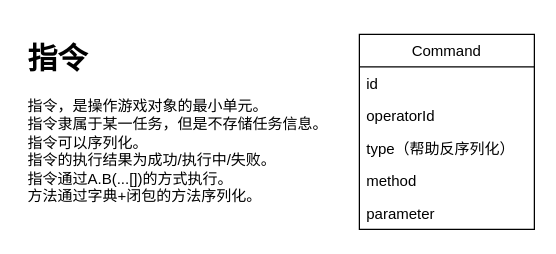
masterkeze/autobalance keeps this draw.io diagram as page "指令服务" (2 of 3) of flowcharts/设计.drawio. Above is the earlier version. Source tidied: cells renumbered, new cells numbered last; positions are measured from the earlier drawing's top-left corner, leaving out a move shared by most shapes. Both pictures are drawn from the tidied source at 125%, with x=0, y=0 at pixel (21, 34).
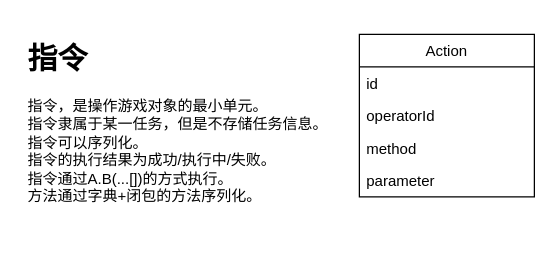
After the change.

The edit, as a diff of the source:
```diff
@@
 <mxGraphModel>
   <root>
     <mxCell id="0" />
     <mxCell id="1" parent="0" />
     <mxCell id="2" value="&lt;h1&gt;指令&lt;/h1&gt;&lt;p&gt;指令，是操作游戏对象的最小单元。&lt;br&gt;指令隶属于某一任务，但是不存储任务信息。&lt;br&gt;指令可以序列化。&lt;br&gt;指令的执行结果为成功/执行中/失败。&lt;br&gt;指令通过A.B(...[])的方式执行。&lt;br&gt;方法通过字典+闭包的方法序列化。&lt;/p&gt;" style="text;html=1;strokeColor=none;fillColor=none;spacing=5;spacingTop=-20;whiteSpace=wrap;overflow=hidden;rounded=0;" parent="1" vertex="1">
       <mxGeometry width="260" height="140" as="geometry" />
     </mxCell>
-    <mxCell id="3" value="Command" style="swimlane;fontStyle=0;horizontal=1;startSize=26;" parent="1" vertex="1">
-      <mxGeometry x="270" width="140" height="156" as="geometry" />
+    <mxCell id="3" value="Action" style="swimlane;fontStyle=0;horizontal=1;startSize=26;" parent="1" vertex="1">
+      <mxGeometry x="270" width="140" height="130" as="geometry" />
     </mxCell>
     <mxCell id="4" value="id" style="text;strokeColor=none;fillColor=none;align=left;verticalAlign=top;spacingLeft=4;spacingRight=4;overflow=hidden;" parent="3" vertex="1">
       <mxGeometry y="26" width="140" height="26" as="geometry" />
     </mxCell>
     <mxCell id="5" value="operatorId" style="text;strokeColor=none;fillColor=none;align=left;verticalAlign=top;spacingLeft=4;spacingRight=4;overflow=hidden;" parent="3" vertex="1">
       <mxGeometry y="52" width="140" height="26" as="geometry" />
     </mxCell>
-    <mxCell id="6" value="type（帮助反序列化）" style="text;strokeColor=none;fillColor=none;align=left;verticalAlign=top;spacingLeft=4;spacingRight=4;overflow=hidden;" parent="3" vertex="1">
-      <mxGeometry y="78" width="140" height="26" as="geometry" />
-    </mxCell>
     <mxCell id="7" value="method" style="text;strokeColor=none;fillColor=none;align=left;verticalAlign=top;spacingLeft=4;spacingRight=4;overflow=hidden;" parent="3" vertex="1">
-      <mxGeometry y="104" width="140" height="26" as="geometry" />
+      <mxGeometry y="78" width="140" height="26" as="geometry" />
     </mxCell>
     <mxCell id="8" value="parameter" style="text;strokeColor=none;fillColor=none;align=left;verticalAlign=top;spacingLeft=4;spacingRight=4;overflow=hidden;" parent="3" vertex="1">
-      <mxGeometry y="130" width="140" height="26" as="geometry" />
+      <mxGeometry y="104" width="140" height="26" as="geometry" />
     </mxCell>
   </root>
 </mxGraphModel>
```
